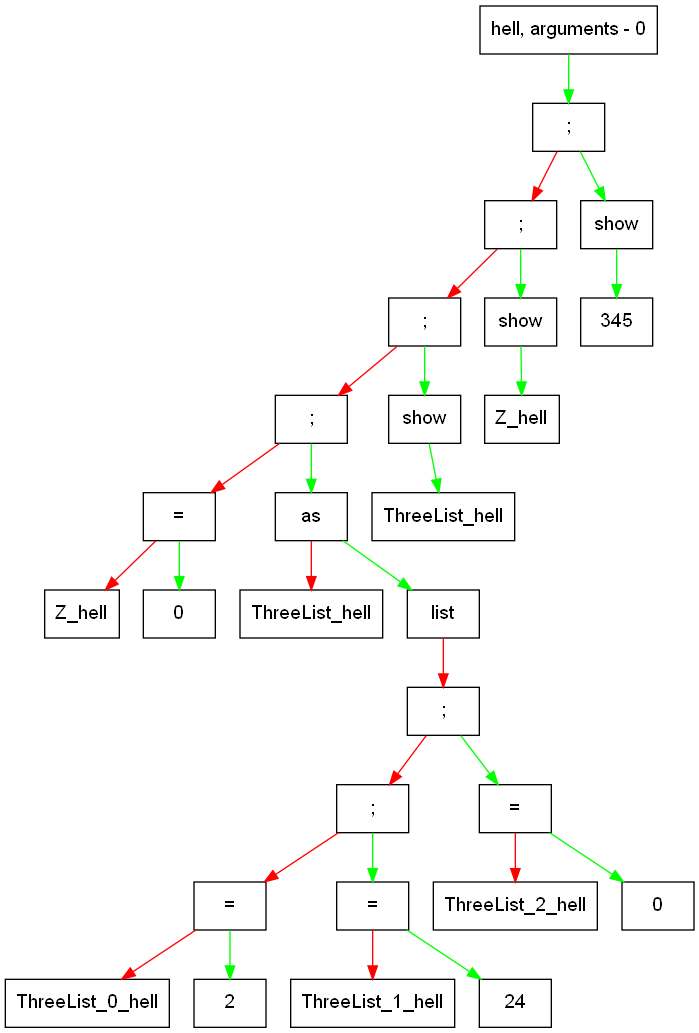
Naminar/Language keeps this Graphviz diagram as dump.png. Above is the earlier version. Its source is kept beside it as dump.dot.
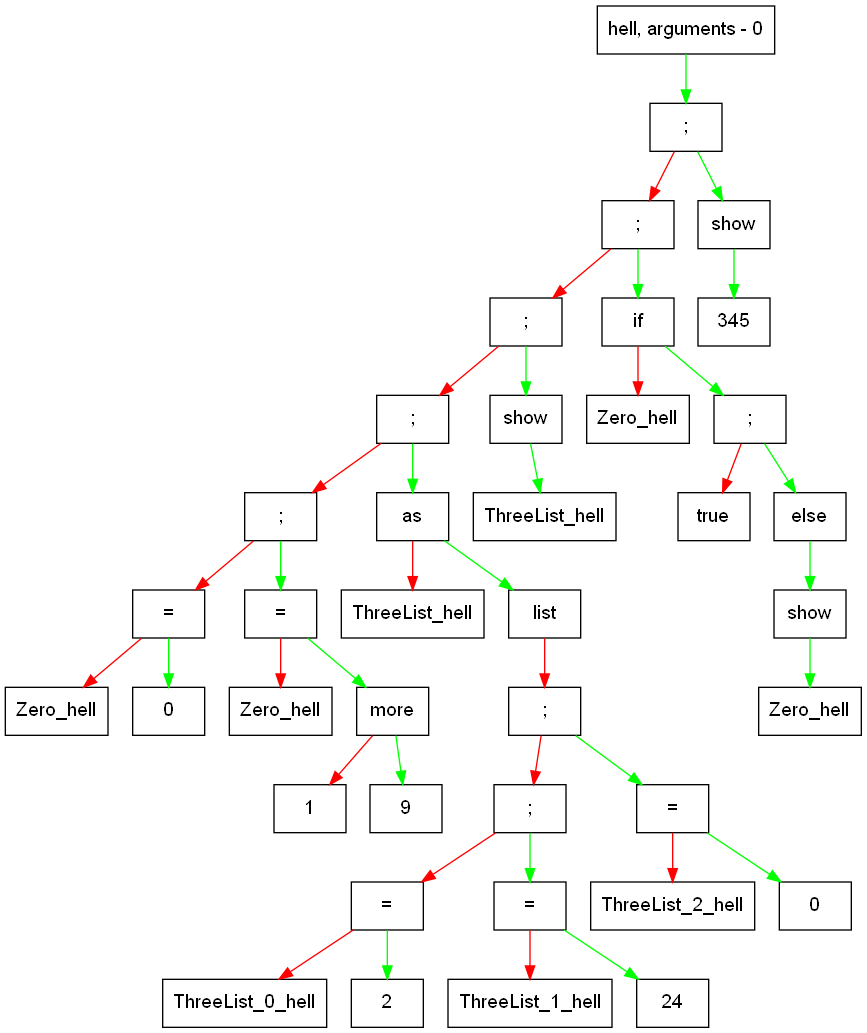
Later version of the same file.

What changed in the source:
```diff
@@ -1,58 +1,80 @@
 digraph G{
  size="100" node [shape = record, fontname = Arial];
-    elem0000027a0cee1640[label = " {hell, arguments - 0 } "];
+    elem000001ba669b1640[label = " {hell, arguments - 0 } "];
 edge [color = green];
-elem0000027a0cee1640 -> elem0000027a0cee5c60;elem0000027a0cee5c60[label = " {; } "];
+elem000001ba669b1640 -> elem000001ba669b9140;elem000001ba669b9140[label = " {; } "];
 edge [color = red];
-elem0000027a0cee5c60 -> elem0000027a0cee6760;edge [color = green];
-elem0000027a0cee5c60 -> elem0000027a0cee79a0;elem0000027a0cee6760[label = " {; } "];
+elem000001ba669b9140 -> elem000001ba669b94c0;edge [color = green];
+elem000001ba669b9140 -> elem000001ba669b8fc0;elem000001ba669b94c0[label = " {; } "];
 edge [color = red];
-elem0000027a0cee6760 -> elem0000027a0cee5960;edge [color = green];
-elem0000027a0cee6760 -> elem0000027a0cee7860;elem0000027a0cee5960[label = " {; } "];
+elem000001ba669b94c0 -> elem000001ba669b9040;edge [color = green];
+elem000001ba669b94c0 -> elem000001ba669b7960;elem000001ba669b9040[label = " {; } "];
 edge [color = red];
-elem0000027a0cee5960 -> elem0000027a0cee65e0;edge [color = green];
-elem0000027a0cee5960 -> elem0000027a0cee7a20;elem0000027a0cee65e0[label = " {; } "];
+elem000001ba669b9040 -> elem000001ba669b9340;edge [color = green];
+elem000001ba669b9040 -> elem000001ba669b77e0;elem000001ba669b9340[label = " {; } "];
 edge [color = red];
-elem0000027a0cee65e0 -> elem0000027a0cee7760;edge [color = green];
-elem0000027a0cee65e0 -> elem0000027a0cee6a30;elem0000027a0cee7760[label = " {= } "];
+elem000001ba669b9340 -> elem000001ba669b9300;edge [color = green];
+elem000001ba669b9340 -> elem000001ba669b7c60;elem000001ba669b9300[label = " {; } "];
 edge [color = red];
-elem0000027a0cee7760 -> elem0000027a0cee6810;edge [color = green];
-elem0000027a0cee7760 -> elem0000027a0cee76e0;elem0000027a0cee6810[label = " {Z_hell } "];
-elem0000027a0cee76e0[label = " {0 } "];
-elem0000027a0cee6a30[label = " {as } "];
+elem000001ba669b9300 -> elem000001ba669b9400;edge [color = green];
+elem000001ba669b9300 -> elem000001ba669b69a0;elem000001ba669b9400[label = " {= } "];
 edge [color = red];
-elem0000027a0cee6a30 -> elem0000027a0cee69a0;edge [color = green];
-elem0000027a0cee6a30 -> elem0000027a0cee6b50;elem0000027a0cee69a0[label = " {ThreeList_hell } "];
-elem0000027a0cee6b50[label = " {list } "];
+elem000001ba669b9400 -> elem000001ba669b6810;edge [color = green];
+elem000001ba669b9400 -> elem000001ba669b8c00;elem000001ba669b6810[label = " {Zero_hell } "];
+elem000001ba669b8c00[label = " {0 } "];
+elem000001ba669b69a0[label = " {= } "];
 edge [color = red];
-elem0000027a0cee6b50 -> elem0000027a0cee64e0;elem0000027a0cee64e0[label = " {; } "];
+elem000001ba669b69a0 -> elem000001ba669b6910;edge [color = green];
+elem000001ba669b69a0 -> elem000001ba669b6ac0;elem000001ba669b6910[label = " {Zero_hell } "];
+elem000001ba669b6ac0[label = " {more } "];
 edge [color = red];
-elem0000027a0cee64e0 -> elem0000027a0cee7ae0;edge [color = green];
-elem0000027a0cee64e0 -> elem0000027a0cee5a60;elem0000027a0cee7ae0[label = " {; } "];
+elem000001ba669b6ac0 -> elem000001ba669b6a30;edge [color = green];
+elem000001ba669b6ac0 -> elem000001ba669b6be0;elem000001ba669b6a30[label = " {1 } "];
+elem000001ba669b6be0[label = " {9 } "];
+elem000001ba669b7c60[label = " {as } "];
 edge [color = red];
-elem0000027a0cee7ae0 -> elem0000027a0cee7aa0;edge [color = green];
-elem0000027a0cee7ae0 -> elem0000027a0cee6020;elem0000027a0cee7aa0[label = " {= } "];
+elem000001ba669b7c60 -> elem000001ba669b7760;edge [color = green];
+elem000001ba669b7c60 -> elem000001ba669b75a0;elem000001ba669b7760[label = " {ThreeList_hell } "];
+elem000001ba669b75a0[label = " {list } "];
 edge [color = red];
-elem0000027a0cee7aa0 -> elem0000027a0cee7ba0;edge [color = green];
-elem0000027a0cee7aa0 -> elem0000027a0cee7c20;elem0000027a0cee7ba0[label = " {ThreeList_0_hell } "];
-elem0000027a0cee7c20[label = " {2 } "];
-elem0000027a0cee6020[label = " {= } "];
+elem000001ba669b75a0 -> elem000001ba669b9500;elem000001ba669b9500[label = " {; } "];
 edge [color = red];
-elem0000027a0cee6020 -> elem0000027a0cee7b20;edge [color = green];
-elem0000027a0cee6020 -> elem0000027a0cee7720;elem0000027a0cee7b20[label = " {ThreeList_1_hell } "];
-elem0000027a0cee7720[label = " {24 } "];
-elem0000027a0cee5a60[label = " {= } "];
+elem000001ba669b9500 -> elem000001ba669b9a00;edge [color = green];
+elem000001ba669b9500 -> elem000001ba669b8f80;elem000001ba669b9a00[label = " {; } "];
 edge [color = red];
-elem0000027a0cee5a60 -> elem0000027a0cee6060;edge [color = green];
-elem0000027a0cee5a60 -> elem0000027a0cee66a0;elem0000027a0cee6060[label = " {ThreeList_2_hell } "];
-elem0000027a0cee66a0[label = " {0 } "];
-elem0000027a0cee7a20[label = " {show } "];
+elem000001ba669b9a00 -> elem000001ba669b9980;edge [color = green];
+elem000001ba669b9a00 -> elem000001ba669b8d00;elem000001ba669b9980[label = " {= } "];
+edge [color = red];
+elem000001ba669b9980 -> elem000001ba669b91c0;edge [color = green];
+elem000001ba669b9980 -> elem000001ba669b79a0;elem000001ba669b91c0[label = " {ThreeList_0_hell } "];
+elem000001ba669b79a0[label = " {2 } "];
+elem000001ba669b8d00[label = " {= } "];
+edge [color = red];
+elem000001ba669b8d00 -> elem000001ba669b8cc0;edge [color = green];
+elem000001ba669b8d00 -> elem000001ba669b75e0;elem000001ba669b8cc0[label = " {ThreeList_1_hell } "];
+elem000001ba669b75e0[label = " {24 } "];
+elem000001ba669b8f80[label = " {= } "];
+edge [color = red];
+elem000001ba669b8f80 -> elem000001ba669b9a40;edge [color = green];
+elem000001ba669b8f80 -> elem000001ba669b9940;elem000001ba669b9a40[label = " {ThreeList_2_hell } "];
+elem000001ba669b9940[label = " {0 } "];
+elem000001ba669b77e0[label = " {show } "];
 edge [color = green];
-elem0000027a0cee7a20 -> elem0000027a0cee78e0;elem0000027a0cee78e0[label = " {ThreeList_hell } "];
-elem0000027a0cee7860[label = " {show } "];
+elem000001ba669b77e0 -> elem000001ba669b78e0;elem000001ba669b78e0[label = " {ThreeList_hell } "];
+elem000001ba669b7960[label = " {if } "];
+edge [color = red];
+elem000001ba669b7960 -> elem000001ba669b7a60;edge [color = green];
+elem000001ba669b7960 -> elem000001ba669b98c0;elem000001ba669b7a60[label = " {Zero_hell } "];
+elem000001ba669b98c0[label = " {; } "];
+edge [color = red];
+elem000001ba669b98c0 -> elem000001ba669b76e0;edge [color = green];
+elem000001ba669b98c0 -> elem000001ba669b7b20;elem000001ba669b76e0[label = " {true } "];
+elem000001ba669b7b20[label = " {else } "];
 edge [color = green];
-elem0000027a0cee7860 -> elem0000027a0cee7ca0;elem0000027a0cee7ca0[label = " {Z_hell } "];
-elem0000027a0cee79a0[label = " {show } "];
+elem000001ba669b7b20 -> elem000001ba669b7860;elem000001ba669b7860[label = " {show } "];
 edge [color = green];
-elem0000027a0cee79a0 -> elem0000027a0cee75a0;elem0000027a0cee75a0[label = " {345 } "];
+elem000001ba669b7860 -> elem000001ba669b7be0;elem000001ba669b7be0[label = " {Zero_hell } "];
+elem000001ba669b8fc0[label = " {show } "];
+edge [color = green];
+elem000001ba669b8fc0 -> elem000001ba669b9700;elem000001ba669b9700[label = " {345 } "];
 }
```
